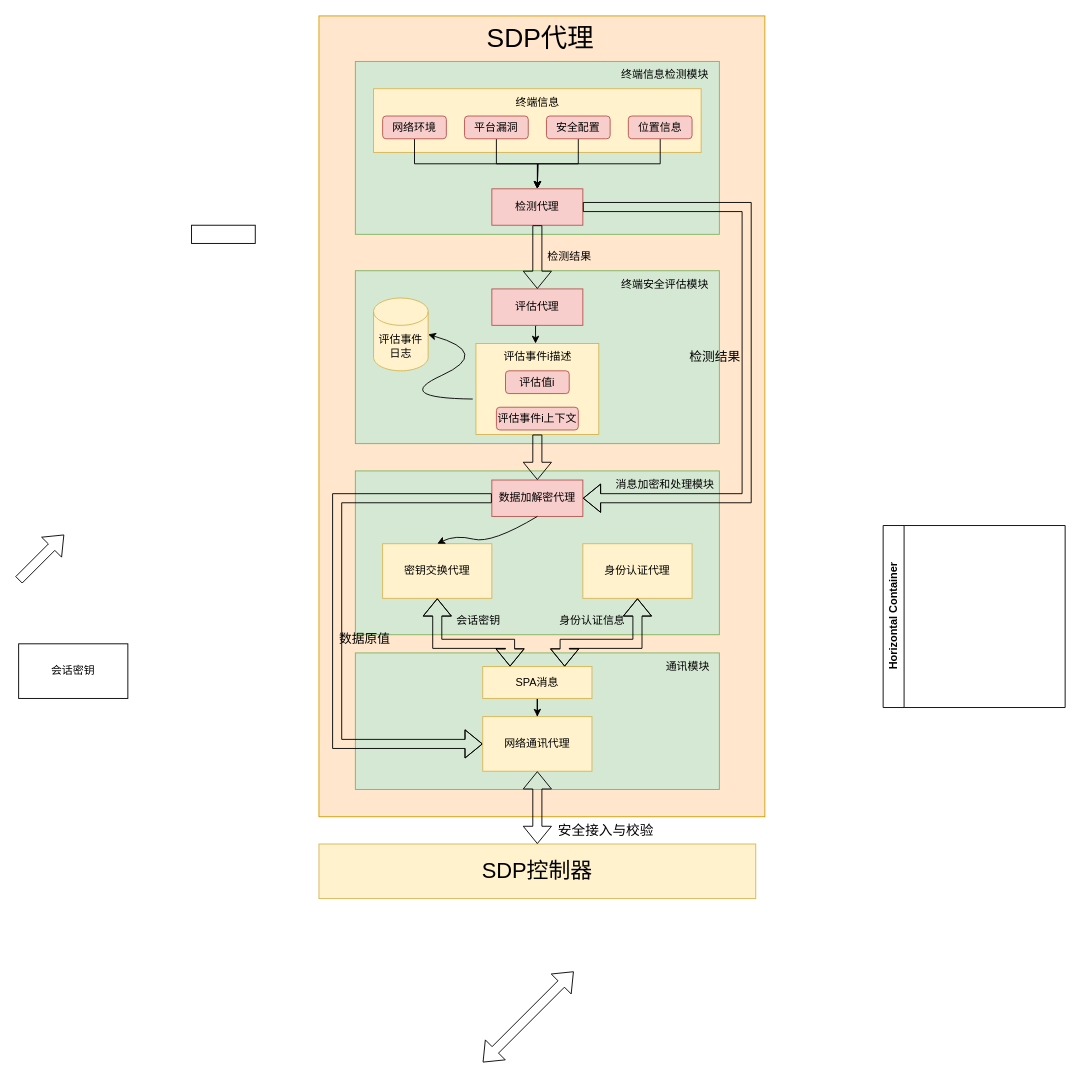
Before: testDirectory/终端安全接入框架.drawio in Moose1273/-, a draw.io diagram. Source tidied: cells renumbered, new cells numbered last; positions are measured from the earlier drawing's top-left corner, leaving out a move shared by most shapes. Both pictures are drawn from the tidied source at 91%, with x=0, y=0 at pixel (18, 15).
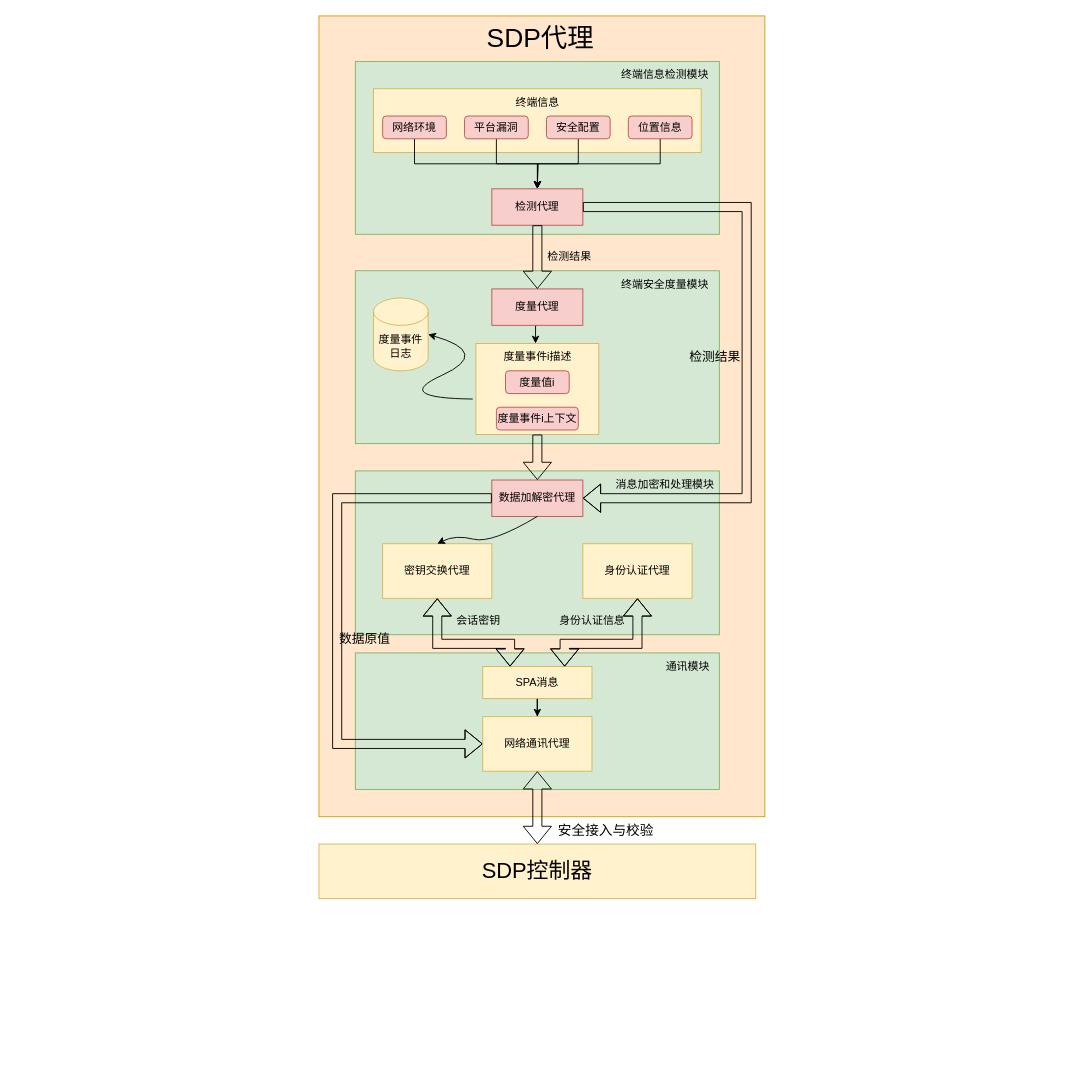
The same page after the edit.

Commit message:
更新终端安全接入框架.drawio

Change to the diagram source:
```diff
@@
-    <mxCell id="18" value="评估代理" style="rounded=0;whiteSpace=wrap;html=1;fillColor=#f8cecc;strokeColor=#b85450;" parent="1" vertex="1">
+    <mxCell id="18" value="度量代理" style="rounded=0;whiteSpace=wrap;html=1;fillColor=#f8cecc;strokeColor=#b85450;" parent="1" vertex="1">
       <mxGeometry x="520" y="300" width="100" height="40" as="geometry" />
     </mxCell>
-    <mxCell id="19" value="终端安全评估模块" style="text;html=1;align=center;verticalAlign=middle;strokeColor=none;fillColor=none;" parent="1" vertex="1">
+    <mxCell id="19" value="终端安全度量模块" style="text;html=1;align=center;verticalAlign=middle;strokeColor=none;fillColor=none;" parent="1" vertex="1">
       <mxGeometry x="650" y="280" width="120" height="30" as="geometry" />
     </mxCell>
@@
-    <mxCell id="23" value="评估事件日志" style="shape=cylinder3;whiteSpace=wrap;html=1;boundedLbl=1;backgroundOutline=1;size=15;fillColor=#fff2cc;strokeColor=#d6b656;" parent="1" vertex="1">
+    <mxCell id="23" value="度量事件日志" style="shape=cylinder3;whiteSpace=wrap;html=1;boundedLbl=1;backgroundOutline=1;size=15;fillColor=#fff2cc;strokeColor=#d6b656;" parent="1" vertex="1">
       <mxGeometry x="390" y="310" width="60" height="80" as="geometry" />
     </mxCell>
@@
-    <mxCell id="25" value="评估事件i描述" style="text;html=1;align=center;verticalAlign=middle;points=[];strokeColor=none;fillColor=none;" parent="1" vertex="1">
+    <mxCell id="25" value="度量事件i描述" style="text;html=1;align=center;verticalAlign=middle;points=[];strokeColor=none;fillColor=none;" parent="1" vertex="1">
       <mxGeometry x="520" y="360" width="100" height="30" as="geometry" />
     </mxCell>
-    <mxCell id="26" value="评估值i" style="rounded=1;whiteSpace=wrap;html=1;fillColor=#f8cecc;strokeColor=#b85450;" parent="1" vertex="1">
+    <mxCell id="26" value="度量值i" style="rounded=1;whiteSpace=wrap;html=1;fillColor=#f8cecc;strokeColor=#b85450;" parent="1" vertex="1">
       <mxGeometry x="535" y="390" width="70" height="25" as="geometry" />
     </mxCell>
-    <mxCell id="27" value="评估事件i上下文" style="rounded=1;whiteSpace=wrap;html=1;fillColor=#f8cecc;strokeColor=#b85450;" parent="1" vertex="1">
+    <mxCell id="27" value="度量事件i上下文" style="rounded=1;whiteSpace=wrap;html=1;fillColor=#f8cecc;strokeColor=#b85450;" parent="1" vertex="1">
       <mxGeometry x="525" y="430" width="90" height="25" as="geometry" />
     </mxCell>
@@
-    <mxCell id="31" style="rounded=0;whiteSpace=wrap;html=1;" parent="1" vertex="1">
-      <mxGeometry x="190" y="230" width="70" height="20" as="geometry" />
-    </mxCell>
@@
-    <mxCell id="42" style="shape=flexArrow;endArrow=classic;html=1;rounded=0;" parent="1" edge="1">
-      <mxGeometry relative="1" as="geometry">
-        <mxPoint y="620" as="sourcePoint" />
-        <mxPoint x="50" y="570" as="targetPoint" />
-      </mxGeometry>
-    </mxCell>
@@
-    <mxCell id="46" value="会话密钥" style="whiteSpace=wrap;html=1;" parent="1" vertex="1">
-      <mxGeometry y="690" width="120" height="60" as="geometry" />
-    </mxCell>
@@
-    <mxCell id="55" value="Horizontal Container" style="swimlane;horizontal=0;whiteSpace=wrap;html=1;" parent="1" vertex="1">
-      <mxGeometry x="950" y="560" width="200" height="200" as="geometry" />
-    </mxCell>
-    <mxCell id="56" style="shape=flexArrow;endArrow=classic;startArrow=classic;html=1;rounded=0;" parent="1" edge="1">
-      <mxGeometry relative="1" as="geometry">
-        <mxPoint x="510" y="1150" as="sourcePoint" />
-        <mxPoint x="610" y="1050" as="targetPoint" />
-      </mxGeometry>
-    </mxCell>
```
